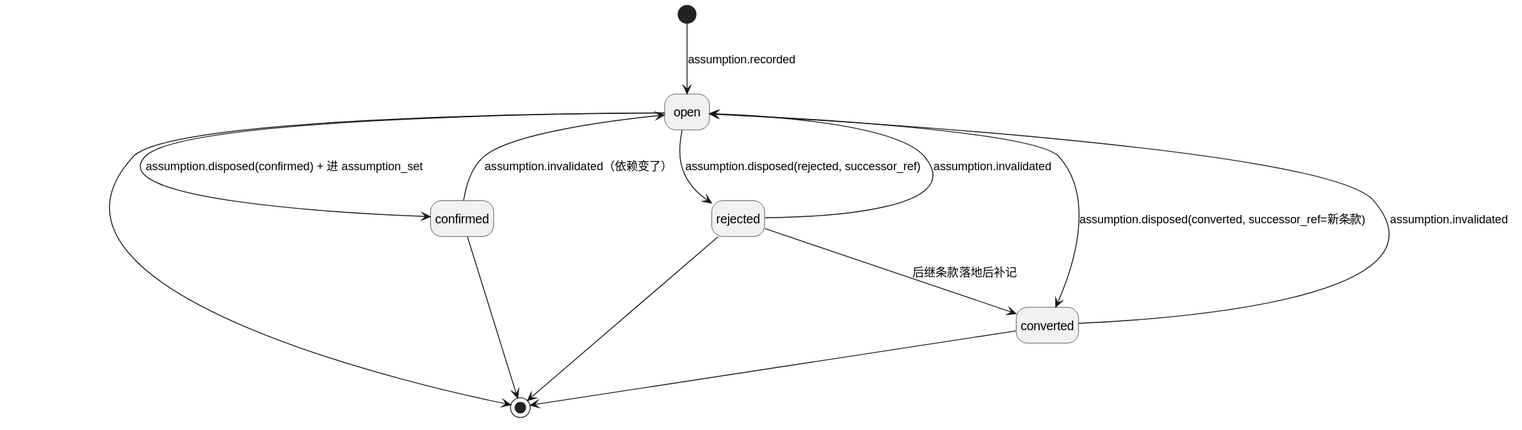
Above: design/diagrams/uml-state-assumption.svg in raitpor/dsh-software-dev-office (PlantUML), before the change. The source it was exported from:
```plantuml
@startuml
hide empty description
[*] --> open : assumption.recorded
open --> confirmed : assumption.disposed(confirmed) + 进 assumption_set
open --> rejected : assumption.disposed(rejected, successor_ref)
open --> converted : assumption.disposed(converted, successor_ref=新条款)
rejected --> converted : 后继条款落地后补记
confirmed --> open : assumption.invalidated（依赖变了）
rejected --> open : assumption.invalidated
converted --> open : assumption.invalidated
open --> [*]
confirmed --> [*]
rejected --> [*]
converted --> [*]
@enduml
```
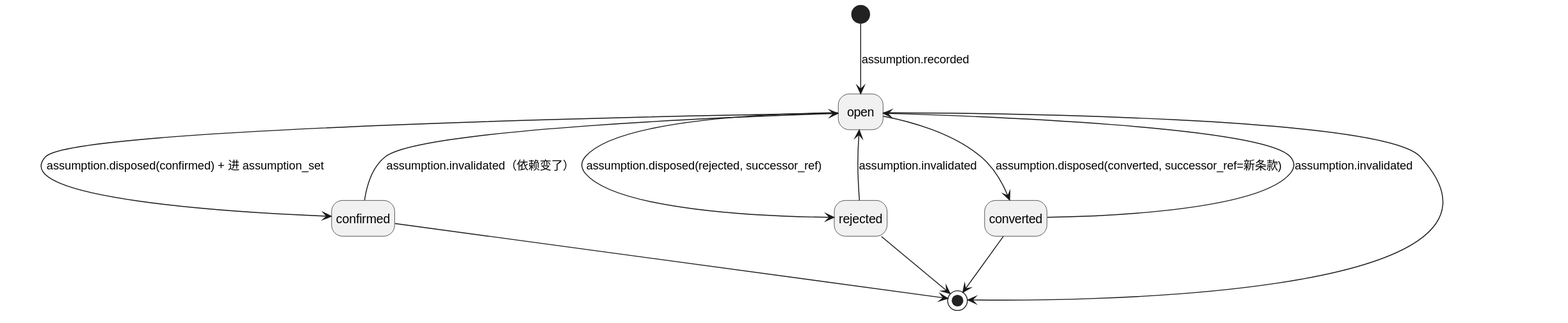
After the change.

What changed in the source:
```diff
@@ -4,7 +4,6 @@
 open --> confirmed : assumption.disposed(confirmed) + 进 assumption_set
 open --> rejected : assumption.disposed(rejected, successor_ref)
 open --> converted : assumption.disposed(converted, successor_ref=新条款)
-rejected --> converted : 后继条款落地后补记
 confirmed --> open : assumption.invalidated（依赖变了）
 rejected --> open : assumption.invalidated
 converted --> open : assumption.invalidated
```
